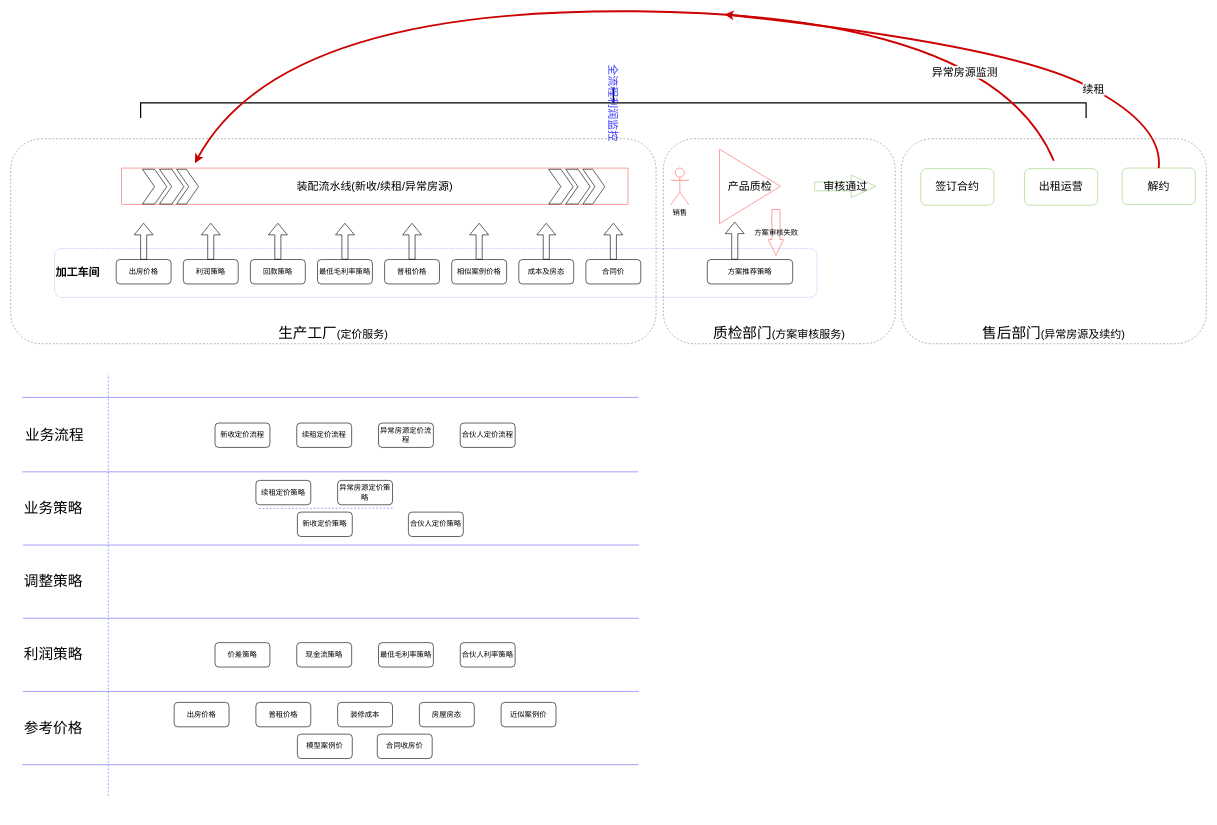
zhuyeqing/tutorials keeps this draw.io diagram as Untitled Diagram.drawio. Above is the earlier version. Source tidied: cells renumbered, new cells numbered last; positions are measured from the earlier drawing's top-left corner, leaving out a move shared by most shapes. Both pictures are drawn from the tidied source at 61%, with x=0, y=0 at pixel (10, -370).
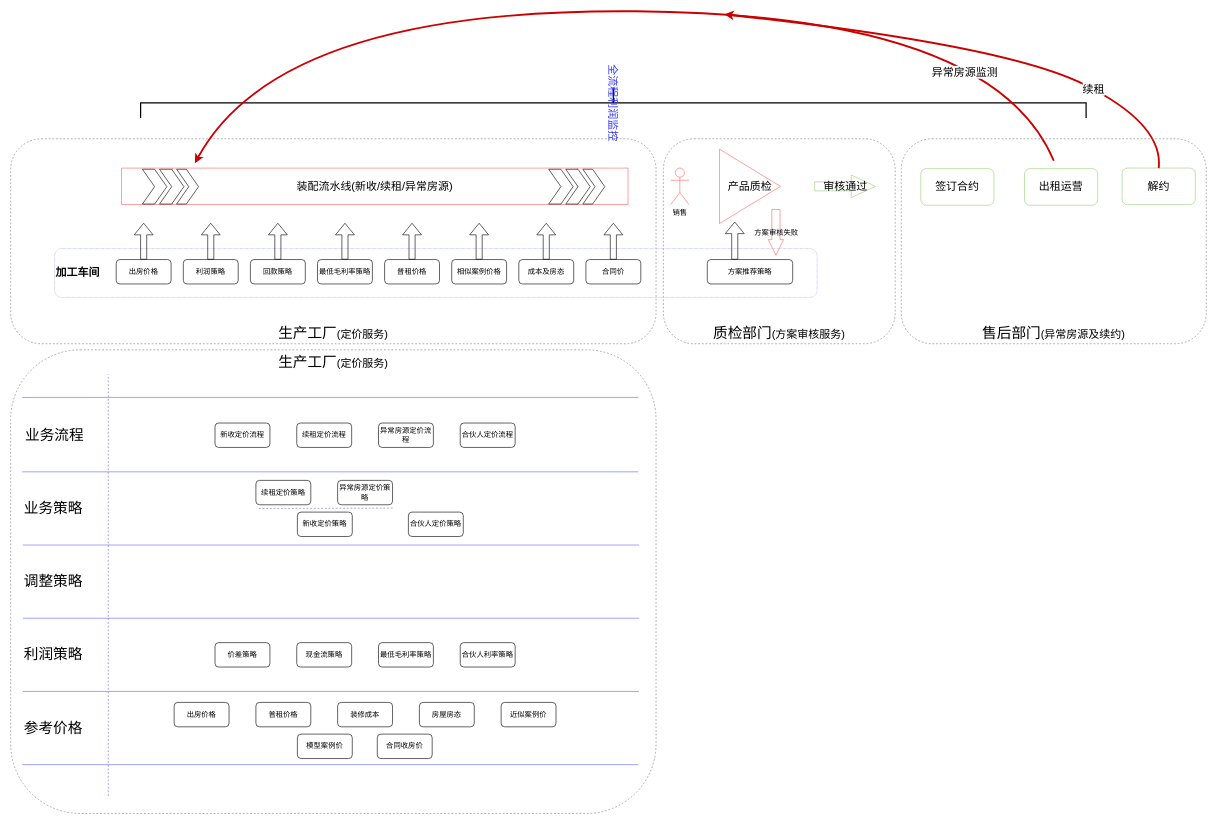
After the change.

Commit message:
定价服务业务架构图完成

Diff of the diagram source:
```diff
@@
+    <mxCell id="77" value="&lt;div&gt;&lt;font style=&quot;font-size: 24px&quot;&gt;生产工厂&lt;/font&gt;&lt;span style=&quot;font-size: 18px&quot;&gt;(定价服务)&lt;/span&gt;&lt;/div&gt;" style="rounded=1;whiteSpace=wrap;html=1;strokeColor=#808080;strokeWidth=1;fillColor=none;dashed=1;align=center;verticalAlign=top;" parent="1" vertex="1">
+      <mxGeometry y="1180" width="1058" height="760" as="geometry" />
+    </mxCell>
```
